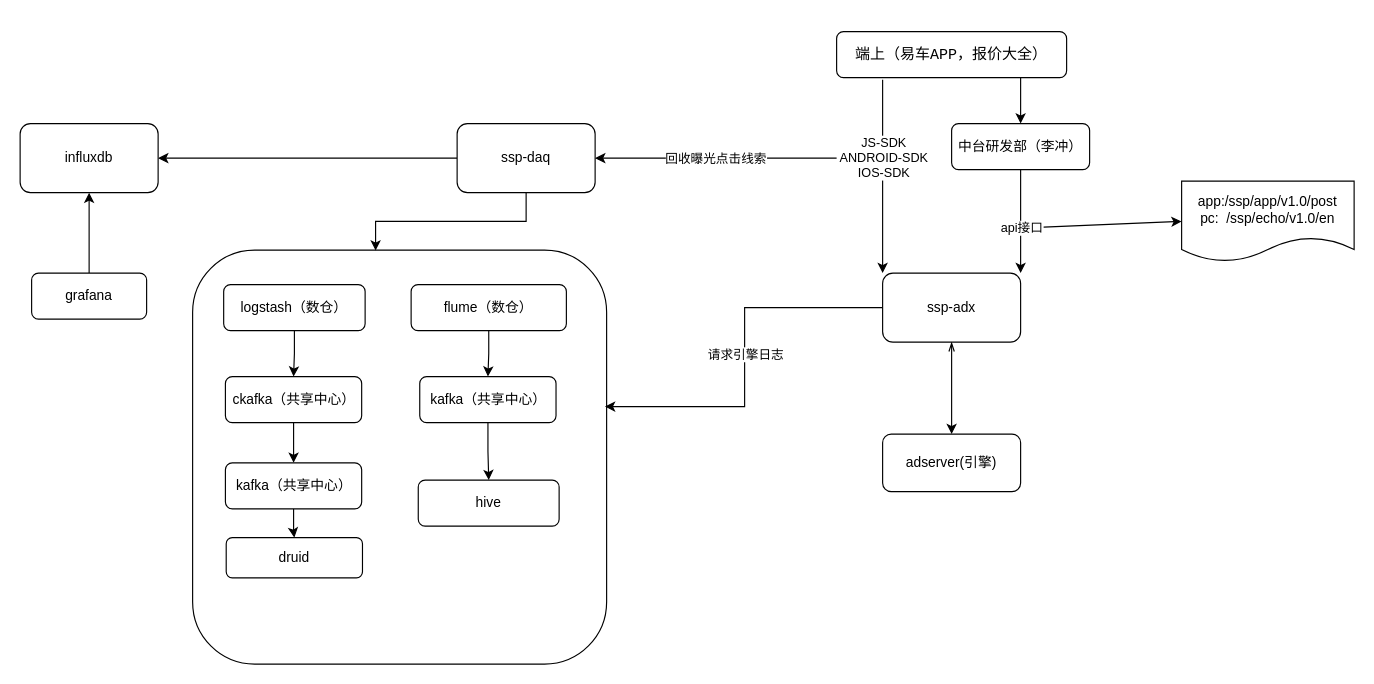
This is Untitled Diagram.drawio from huankong/processon, a draw.io file, before an edit. Source tidied: cells renumbered, new cells numbered last; positions are measured from the earlier drawing's top-left corner, leaving out a move shared by most shapes. Both pictures are drawn from the tidied source at 115%, with x=0, y=0 at pixel (20, 31).
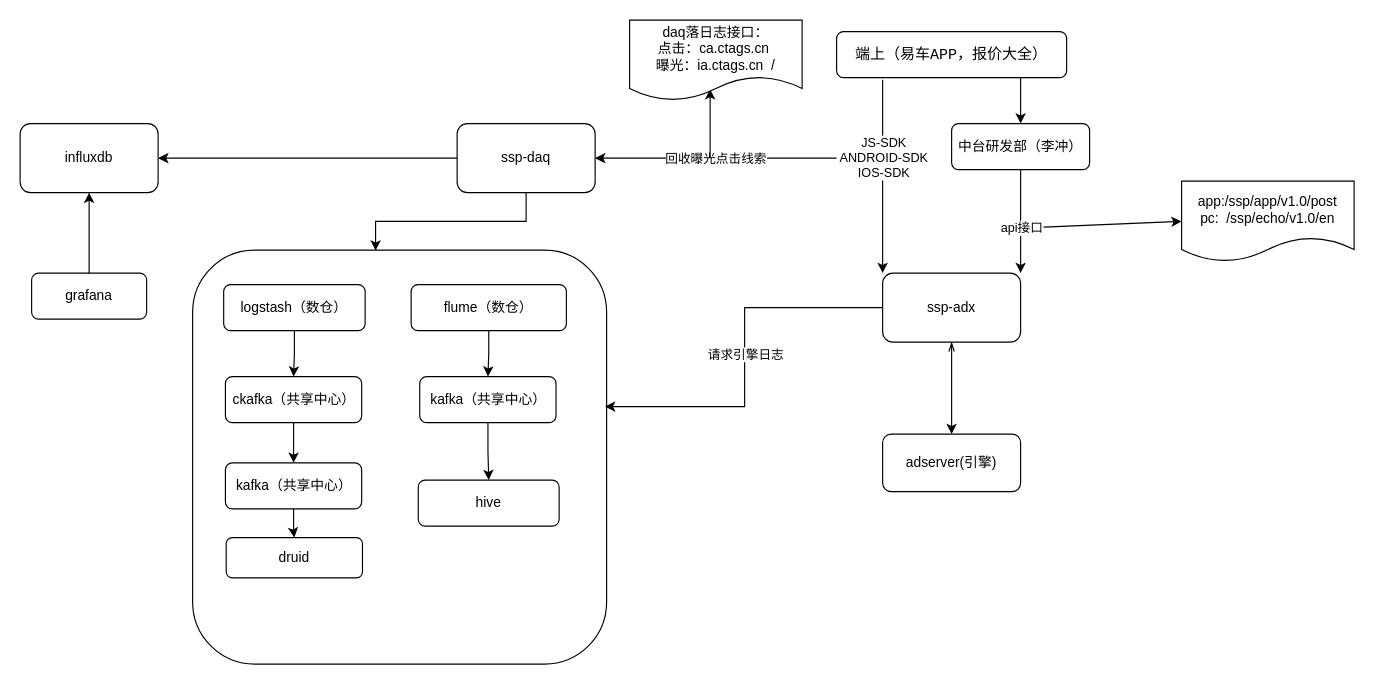
After the change.

What changed in the source:
```diff
@@
+    <mxCell id="37" style="endArrow=classic;html=1;rounded=0;" parent="1" edge="1">
+      <mxGeometry relative="1" as="geometry">
+        <mxPoint x="600" y="110" as="sourcePoint" />
+        <mxPoint x="600" y="50" as="targetPoint" />
+      </mxGeometry>
+    </mxCell>
+    <mxCell id="38" value="daq落日志接口：&lt;br&gt;点击：ca.ctags.cn&amp;nbsp; &lt;br&gt;曝光：ia.ctags.cn&amp;nbsp; /" style="shape=document;whiteSpace=wrap;html=1;boundedLbl=1;" parent="1" vertex="1">
+      <mxGeometry x="530" y="-10" width="150" height="70" as="geometry" />
+    </mxCell>
```
